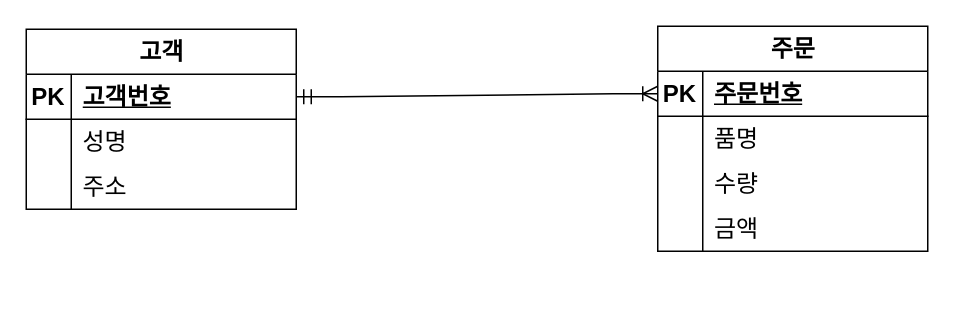
Above: exam.drawio in eric5621/jubilant-couscous (draw.io), before the change. Source tidied: cells renumbered, new cells numbered last; positions are measured from the earlier drawing's top-left corner, leaving out a move shared by most shapes. Both pictures are drawn from the tidied source at 150%, with x=0, y=0 at pixel (26, 26).
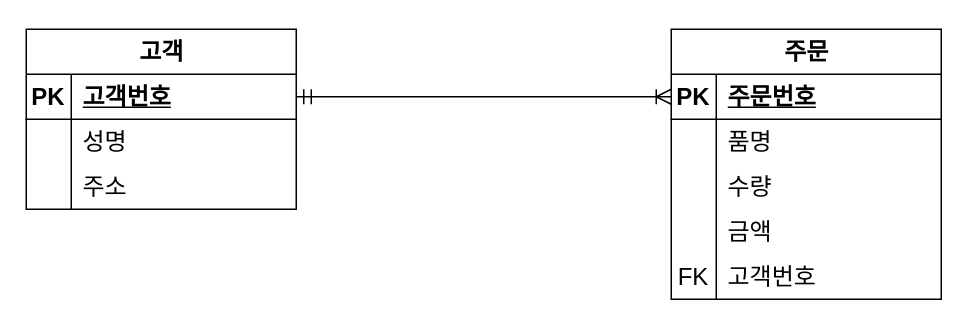
The same page after the edit.

Diff of the diagram source:
```diff
@@
     <mxCell id="12" value="주문" style="shape=table;startSize=30;childLayout=tableLayout;rowLines=0;fontStyle=1;align=center;html=1;fontSize=16;" parent="1" vertex="1">
-      <mxGeometry x="421" width="180" height="150" as="geometry" />
+      <mxGeometry x="430" y="2" width="180" height="180" as="geometry" />
     </mxCell>
@@
+    <mxCell id="26" style="shape=tableRow;horizontal=0;startSize=0;swimlaneHead=0;swimlaneBody=0;fillColor=none;top=0;left=0;right=0;bottom=0;fontSize=16;" parent="12" vertex="1">
+      <mxGeometry y="150" width="180" height="30" as="geometry" />
+    </mxCell>
+    <mxCell id="27" value="FK" style="shape=partialRectangle;fillColor=none;top=0;left=0;bottom=0;right=0;overflow=hidden;whiteSpace=wrap;html=1;fontSize=16;" parent="26" vertex="1">
+      <mxGeometry width="30" height="30" as="geometry" />
+    </mxCell>
+    <mxCell id="28" value="고객번호" style="shape=partialRectangle;fillColor=none;top=0;left=0;bottom=0;right=0;align=left;spacingLeft=6;overflow=hidden;whiteSpace=wrap;html=1;fontSize=16;" parent="26" vertex="1">
+      <mxGeometry x="30" width="150" height="30" as="geometry" />
+    </mxCell>
```
